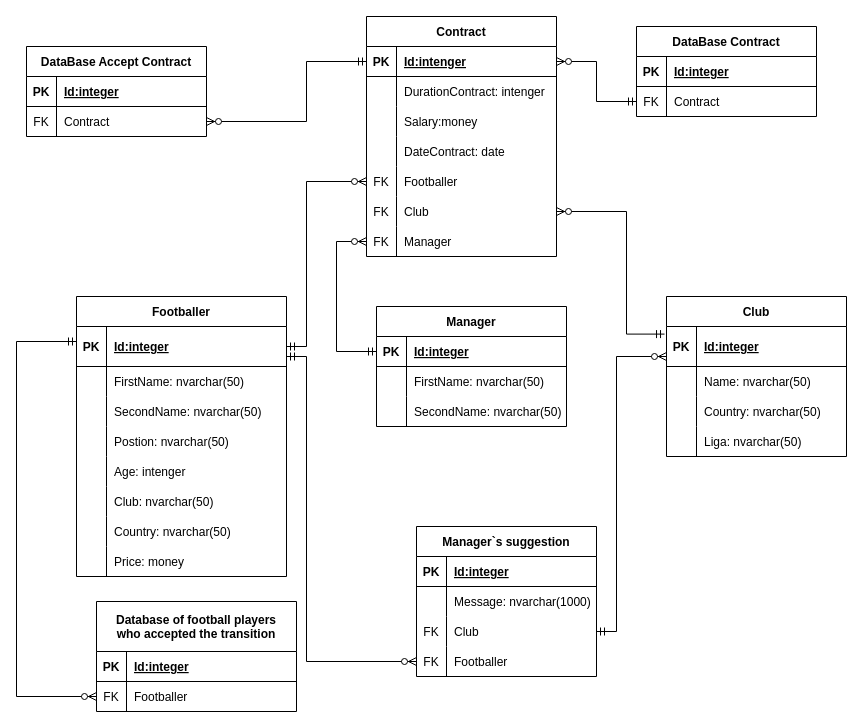
Before: Diagrams/ERupdate1.drawio in ErifKcalb/Uchebnya-Praktika-1, a draw.io diagram. Source tidied: cells renumbered, new cells numbered last; positions are measured from the earlier drawing's top-left corner, leaving out a move shared by most shapes. Both pictures are drawn from the tidied source at 100%, with x=0, y=0 at pixel (16, 16).
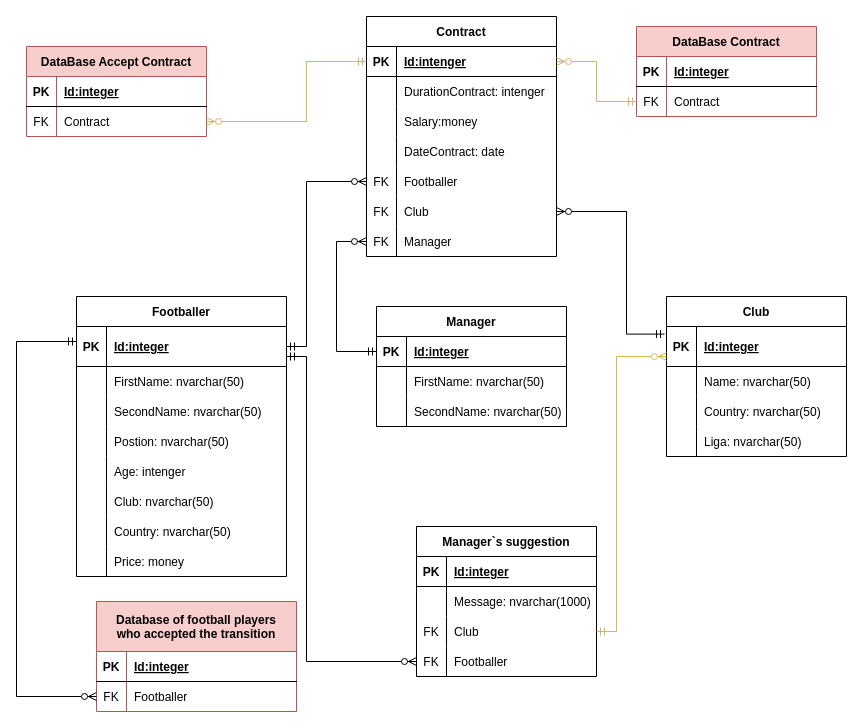
Above is the later version.

The change refers to these unchanged cells:
```xml
<mxCell id="38" style="shape=partialRectangle;fillColor=none;top=0;left=0;bottom=1;right=0;points=[[0,0.5],[1,0.5]];portConstraint=eastwest;" parent="37" vertex="1">
  <mxGeometry y="30" width="180" height="40" as="geometry" />
</mxCell>
<mxCell id="64" style="shape=partialRectangle;fillColor=none;top=0;left=0;bottom=0;right=0;points=[[0,0.5],[1,0.5]];portConstraint=eastwest;" parent="57" vertex="1">
  <mxGeometry y="90" width="180" height="30" as="geometry" />
</mxCell>
<mxCell id="74" style="shape=partialRectangle;fillColor=none;top=0;left=0;bottom=0;right=0;points=[[0,0.5],[1,0.5]];portConstraint=eastwest;" parent="70" vertex="1">
  <mxGeometry y="60" width="180" height="30" as="geometry" />
</mxCell>
<mxCell id="81" style="shape=partialRectangle;fillColor=none;top=0;left=0;bottom=0;right=0;points=[[0,0.5],[1,0.5]];portConstraint=eastwest;" parent="77" vertex="1">
  <mxGeometry y="60" width="180" height="30" as="geometry" />
</mxCell>
<mxCell id="85" style="shape=partialRectangle;fillColor=none;top=0;left=0;bottom=1;right=0;points=[[0,0.5],[1,0.5]];portConstraint=eastwest;" parent="84" vertex="1">
  <mxGeometry y="30" width="190" height="30" as="geometry" />
</mxCell>
```

The edit, as a diff of the source:
```diff
@@
-    <mxCell id="50" value="Database of football players&#10;who accepted the transition" style="shape=table;startSize=50;childLayout=tableLayout;rowLines=0;fontStyle=1;align=center;" parent="1" vertex="1">
+    <mxCell id="50" value="Database of football players&#10;who accepted the transition" style="shape=table;startSize=50;childLayout=tableLayout;rowLines=0;fontStyle=1;align=center;fillColor=#f8cecc;strokeColor=#b85450;" parent="1" vertex="1">
       <mxGeometry x="80" y="585" width="200" height="110" as="geometry" />
     </mxCell>
@@
-    <mxCell id="70" value="DataBase Contract" style="shape=table;startSize=30;childLayout=tableLayout;rowLines=0;fontStyle=1;align=center;" parent="1" vertex="1">
+    <mxCell id="70" value="DataBase Contract" style="shape=table;startSize=30;childLayout=tableLayout;rowLines=0;fontStyle=1;align=center;fillColor=#f8cecc;strokeColor=#b85450;" parent="1" vertex="1">
       <mxGeometry x="620" y="10" width="180" height="90" as="geometry" />
     </mxCell>
@@
-    <mxCell id="77" value="DataBase Accept Contract" style="shape=table;startSize=30;childLayout=tableLayout;rowLines=0;fontStyle=1;align=center;" parent="1" vertex="1">
+    <mxCell id="77" value="DataBase Accept Contract" style="shape=table;startSize=30;childLayout=tableLayout;rowLines=0;fontStyle=1;align=center;fillColor=#f8cecc;strokeColor=#b85450;" parent="1" vertex="1">
       <mxGeometry x="10" y="30" width="180" height="90" as="geometry" />
     </mxCell>
@@
-    <mxCell id="108" style="edgeStyle=orthogonalEdgeStyle;fontSize=12;html=1;endArrow=ERzeroToMany;startArrow=ERmandOne;rounded=0;" parent="1" edge="1" source="64" target="38">
+    <mxCell id="108" style="edgeStyle=orthogonalEdgeStyle;fontSize=12;html=1;endArrow=ERzeroToMany;startArrow=ERmandOne;rounded=0;fillColor=#fff2cc;strokeColor=#d6b656;" parent="1" edge="1" source="64" target="38">
       <mxGeometry relative="1" as="geometry">
         <Array as="points">
           <mxPoint x="600" y="615" />
           <mxPoint x="600" y="340" />
         </Array>
       </mxGeometry>
     </mxCell>
@@
-    <mxCell id="112" style="edgeStyle=orthogonalEdgeStyle;fontSize=12;html=1;endArrow=ERzeroToMany;startArrow=ERmandOne;rounded=0;exitX=0;exitY=0.5;exitDx=0;exitDy=0;entryX=1;entryY=0.5;entryDx=0;entryDy=0;" parent="1" edge="1" source="85" target="81">
+    <mxCell id="112" style="edgeStyle=orthogonalEdgeStyle;fontSize=12;html=1;endArrow=ERzeroToMany;startArrow=ERmandOne;rounded=0;exitX=0;exitY=0.5;exitDx=0;exitDy=0;entryX=1;entryY=0.5;entryDx=0;entryDy=0;fillColor=#fff2cc;strokeColor=#d6b656;" parent="1" edge="1" source="85" target="81">
       <mxGeometry relative="1" as="geometry">
         <Array as="points">
           <mxPoint x="290" y="45" />
           <mxPoint x="290" y="105" />
         </Array>
       </mxGeometry>
     </mxCell>
-    <mxCell id="113" style="edgeStyle=orthogonalEdgeStyle;fontSize=12;html=1;endArrow=ERzeroToMany;startArrow=ERmandOne;rounded=0;entryX=1;entryY=0.5;entryDx=0;entryDy=0;" parent="1" edge="1" source="74" target="85">
+    <mxCell id="113" style="edgeStyle=orthogonalEdgeStyle;fontSize=12;html=1;endArrow=ERzeroToMany;startArrow=ERmandOne;rounded=0;entryX=1;entryY=0.5;entryDx=0;entryDy=0;fillColor=#fff2cc;strokeColor=#d6b656;" parent="1" edge="1" source="74" target="85">
       <mxGeometry relative="1" as="geometry" />
     </mxCell>
```
